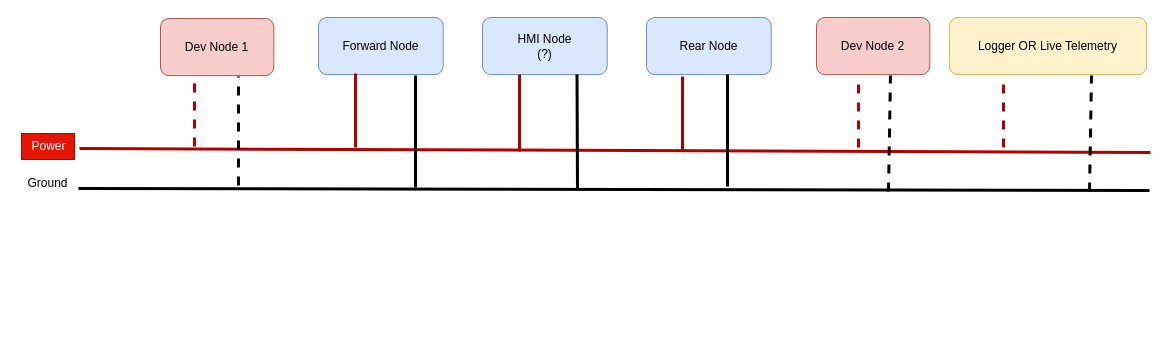
Before: network_diagram.drawio in faultfactory/diagram_storage, a draw.io diagram. Source tidied: cells renumbered, new cells numbered last; positions are measured from the earlier drawing's top-left corner, leaving out a move shared by most shapes. Both pictures are drawn from the tidied source at 100%, with x=0, y=0 at pixel (17, 17).
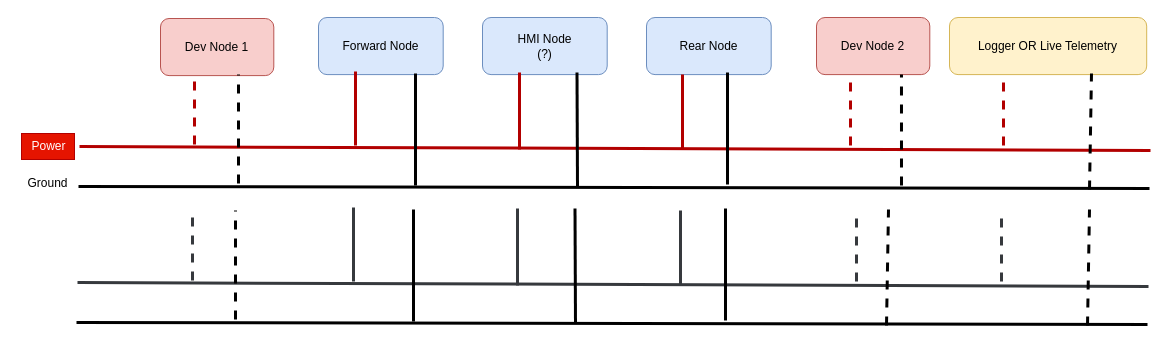
The same diagram, later.

The change refers to these unchanged cells:
```xml
<mxCell id="7" value="Dev Node 2" style="rounded=1;whiteSpace=wrap;html=1;fillColor=#f8cecc;strokeColor=#b85450;" parent="1" vertex="1">
  <mxGeometry x="799" width="113.3" height="57.1" as="geometry" />
</mxCell>
```

What changed in the source:
```diff
@@
     <mxCell id="8" style="endArrow=none;html=1;rounded=0;strokeWidth=3;endSize=7;fillColor=#e51400;strokeColor=#B20000;" parent="1" edge="1">
       <mxGeometry relative="1" as="geometry">
-        <mxPoint x="62" y="131" as="sourcePoint" />
-        <mxPoint x="1133" y="135" as="targetPoint" />
+        <mxPoint x="62" y="129" as="sourcePoint" />
+        <mxPoint x="1133" y="133" as="targetPoint" />
       </mxGeometry>
     </mxCell>
     <mxCell id="9" style="endArrow=none;html=1;rounded=0;strokeWidth=3;endSize=7;" parent="1" edge="1">
       <mxGeometry relative="1" as="geometry">
-        <mxPoint x="61" y="171" as="sourcePoint" />
-        <mxPoint x="1132" y="173" as="targetPoint" />
+        <mxPoint x="61" y="169" as="sourcePoint" />
+        <mxPoint x="1132" y="171" as="targetPoint" />
       </mxGeometry>
     </mxCell>
@@
-    <mxCell id="11" value="Ground" style="text;html=1;align=center;verticalAlign=middle;strokeColor=none;fillColor=none;" parent="1" vertex="1">
+    <mxCell id="11" value="Ground" style="text;html=1;align=center;verticalAlign=middle;" parent="1" vertex="1">
       <mxGeometry y="153" width="59" height="26" as="geometry" />
     </mxCell>
     <mxCell id="12" style="endArrow=none;html=1;rounded=0;strokeWidth=3;endSize=7;exitX=0.75;exitY=1;exitDx=0;exitDy=0;" parent="1" edge="1">
       <mxGeometry relative="1" as="geometry">
-        <mxPoint x="559.5" y="57.1" as="sourcePoint" />
-        <mxPoint x="560" y="172" as="targetPoint" />
+        <mxPoint x="559.5" y="55.1" as="sourcePoint" />
+        <mxPoint x="560" y="170" as="targetPoint" />
       </mxGeometry>
     </mxCell>
     <mxCell id="13" style="endArrow=none;html=1;rounded=0;strokeWidth=3;endSize=7;exitX=0.75;exitY=1;exitDx=0;exitDy=0;" parent="1" edge="1">
       <mxGeometry relative="1" as="geometry">
-        <mxPoint x="710" y="57" as="sourcePoint" />
-        <mxPoint x="710" y="169" as="targetPoint" />
+        <mxPoint x="710" y="55" as="sourcePoint" />
+        <mxPoint x="710" y="167" as="targetPoint" />
       </mxGeometry>
     </mxCell>
     <mxCell id="14" style="endArrow=none;html=1;rounded=0;strokeWidth=3;endSize=7;exitX=0.75;exitY=1;exitDx=0;exitDy=0;" parent="1" edge="1">
       <mxGeometry relative="1" as="geometry">
-        <mxPoint x="398" y="58" as="sourcePoint" />
-        <mxPoint x="398" y="170" as="targetPoint" />
+        <mxPoint x="398" y="56" as="sourcePoint" />
+        <mxPoint x="398" y="168" as="targetPoint" />
       </mxGeometry>
     </mxCell>
     <mxCell id="15" style="endArrow=none;dashed=1;html=1;rounded=0;strokeWidth=3;endSize=7;" parent="1" edge="1">
       <mxGeometry relative="1" as="geometry">
-        <mxPoint x="221" y="168" as="sourcePoint" />
-        <mxPoint x="221" y="59" as="targetPoint" />
+        <mxPoint x="221" y="166" as="sourcePoint" />
+        <mxPoint x="221" y="57" as="targetPoint" />
       </mxGeometry>
     </mxCell>
-    <mxCell id="16" style="endArrow=none;dashed=1;html=1;rounded=0;strokeWidth=3;endSize=7;entryX=0.653;entryY=1.015;entryDx=0;entryDy=0;entryPerimeter=0;" parent="1" edge="1" target="7">
+    <mxCell id="16" style="endArrow=none;dashed=1;html=1;rounded=0;strokeWidth=3;endSize=7;entryX=0.75;entryY=1;entryDx=0;entryDy=0;" parent="1" edge="1" target="7">
       <mxGeometry relative="1" as="geometry">
-        <mxPoint x="871" y="174" as="sourcePoint" />
+        <mxPoint x="884" y="168" as="sourcePoint" />
       </mxGeometry>
     </mxCell>
     <mxCell id="17" style="endArrow=none;dashed=1;html=1;rounded=0;strokeWidth=3;endSize=7;entryX=0.653;entryY=1.015;entryDx=0;entryDy=0;entryPerimeter=0;" parent="1" edge="1">
       <mxGeometry relative="1" as="geometry">
-        <mxPoint x="1072" y="174" as="sourcePoint" />
-        <mxPoint x="1074" y="58" as="targetPoint" />
+        <mxPoint x="1072" y="172" as="sourcePoint" />
+        <mxPoint x="1074" y="56" as="targetPoint" />
       </mxGeometry>
     </mxCell>
     <mxCell id="18" style="endArrow=none;dashed=1;html=1;rounded=0;strokeWidth=3;endSize=7;fillColor=#e51400;strokeColor=#B20000;" parent="1" edge="1">
       <mxGeometry relative="1" as="geometry">
-        <mxPoint x="177" y="129" as="sourcePoint" />
-        <mxPoint x="177" y="61" as="targetPoint" />
+        <mxPoint x="177" y="127" as="sourcePoint" />
+        <mxPoint x="177" y="59" as="targetPoint" />
       </mxGeometry>
     </mxCell>
     <mxCell id="19" style="endArrow=none;dashed=1;html=1;rounded=0;strokeWidth=3;endSize=7;fillColor=#e51400;strokeColor=#B20000;" parent="1" edge="1">
       <mxGeometry relative="1" as="geometry">
-        <mxPoint x="841" y="130" as="sourcePoint" />
-        <mxPoint x="841" y="62" as="targetPoint" />
+        <mxPoint x="833" y="128" as="sourcePoint" />
+        <mxPoint x="833" y="60" as="targetPoint" />
       </mxGeometry>
     </mxCell>
     <mxCell id="20" style="endArrow=none;dashed=1;html=1;rounded=0;strokeWidth=3;endSize=7;fillColor=#e51400;strokeColor=#B20000;" parent="1" edge="1">
       <mxGeometry relative="1" as="geometry">
-        <mxPoint x="986" y="130" as="sourcePoint" />
-        <mxPoint x="986" y="62" as="targetPoint" />
+        <mxPoint x="986" y="128" as="sourcePoint" />
+        <mxPoint x="986" y="60" as="targetPoint" />
       </mxGeometry>
     </mxCell>
     <mxCell id="21" style="endArrow=none;html=1;rounded=0;strokeWidth=3;endSize=7;fillColor=#e51400;strokeColor=#B20000;" parent="1" edge="1">
       <mxGeometry relative="1" as="geometry">
-        <mxPoint x="338" y="130" as="sourcePoint" />
-        <mxPoint x="338" y="56" as="targetPoint" />
+        <mxPoint x="338" y="128" as="sourcePoint" />
+        <mxPoint x="338" y="54" as="targetPoint" />
       </mxGeometry>
     </mxCell>
     <mxCell id="22" style="endArrow=none;html=1;rounded=0;strokeWidth=3;endSize=7;fillColor=#e51400;strokeColor=#B20000;" parent="1" edge="1">
       <mxGeometry relative="1" as="geometry">
-        <mxPoint x="502" y="134" as="sourcePoint" />
-        <mxPoint x="502" y="57" as="targetPoint" />
+        <mxPoint x="502" y="132" as="sourcePoint" />
+        <mxPoint x="502" y="55" as="targetPoint" />
       </mxGeometry>
     </mxCell>
     <mxCell id="23" style="endArrow=none;html=1;rounded=0;strokeWidth=3;endSize=7;fillColor=#e51400;strokeColor=#B20000;" parent="1" edge="1">
       <mxGeometry relative="1" as="geometry">
-        <mxPoint x="665" y="133" as="sourcePoint" />
-        <mxPoint x="665" y="59" as="targetPoint" />
+        <mxPoint x="665" y="131" as="sourcePoint" />
+        <mxPoint x="665" y="57" as="targetPoint" />
       </mxGeometry>
     </mxCell>
+    <mxCell id="24" style="endArrow=none;html=1;rounded=0;strokeWidth=3;endSize=7;fillColor=#ffff88;strokeColor=#36393d;" parent="1" edge="1">
+      <mxGeometry relative="1" as="geometry">
+        <mxPoint x="60" y="265" as="sourcePoint" />
+        <mxPoint x="1131" y="269" as="targetPoint" />
+      </mxGeometry>
+    </mxCell>
+    <mxCell id="25" style="endArrow=none;html=1;rounded=0;strokeWidth=3;endSize=7;" parent="1" edge="1">
+      <mxGeometry relative="1" as="geometry">
+        <mxPoint x="59" y="305" as="sourcePoint" />
+        <mxPoint x="1130" y="307" as="targetPoint" />
+      </mxGeometry>
+    </mxCell>
+    <mxCell id="26" style="endArrow=none;html=1;rounded=0;strokeWidth=3;endSize=7;exitX=0.75;exitY=1;exitDx=0;exitDy=0;" parent="1" edge="1">
+      <mxGeometry relative="1" as="geometry">
+        <mxPoint x="557.5" y="191.1" as="sourcePoint" />
+        <mxPoint x="558" y="306" as="targetPoint" />
+      </mxGeometry>
+    </mxCell>
+    <mxCell id="27" style="endArrow=none;html=1;rounded=0;strokeWidth=3;endSize=7;exitX=0.75;exitY=1;exitDx=0;exitDy=0;" parent="1" edge="1">
+      <mxGeometry relative="1" as="geometry">
+        <mxPoint x="708" y="191" as="sourcePoint" />
+        <mxPoint x="708" y="303" as="targetPoint" />
+      </mxGeometry>
+    </mxCell>
+    <mxCell id="28" style="endArrow=none;html=1;rounded=0;strokeWidth=3;endSize=7;exitX=0.75;exitY=1;exitDx=0;exitDy=0;" parent="1" edge="1">
+      <mxGeometry relative="1" as="geometry">
+        <mxPoint x="396" y="192" as="sourcePoint" />
+        <mxPoint x="396" y="304" as="targetPoint" />
+      </mxGeometry>
+    </mxCell>
+    <mxCell id="29" style="endArrow=none;dashed=1;html=1;rounded=0;strokeWidth=3;endSize=7;" parent="1" edge="1">
+      <mxGeometry relative="1" as="geometry">
+        <mxPoint x="218" y="302" as="sourcePoint" />
+        <mxPoint x="218" y="193" as="targetPoint" />
+      </mxGeometry>
+    </mxCell>
+    <mxCell id="30" style="endArrow=none;dashed=1;html=1;rounded=0;strokeWidth=3;endSize=7;entryX=0.653;entryY=1.015;entryDx=0;entryDy=0;entryPerimeter=0;" parent="1" edge="1">
+      <mxGeometry relative="1" as="geometry">
+        <mxPoint x="869" y="308" as="sourcePoint" />
+        <mxPoint x="871" y="192" as="targetPoint" />
+      </mxGeometry>
+    </mxCell>
+    <mxCell id="31" style="endArrow=none;dashed=1;html=1;rounded=0;strokeWidth=3;endSize=7;entryX=0.653;entryY=1.015;entryDx=0;entryDy=0;entryPerimeter=0;" parent="1" edge="1">
+      <mxGeometry relative="1" as="geometry">
+        <mxPoint x="1070" y="308" as="sourcePoint" />
+        <mxPoint x="1072" y="192" as="targetPoint" />
+      </mxGeometry>
+    </mxCell>
+    <mxCell id="32" style="endArrow=none;dashed=1;html=1;rounded=0;strokeWidth=3;endSize=7;fillColor=#ffff88;strokeColor=#36393d;" parent="1" edge="1">
+      <mxGeometry relative="1" as="geometry">
+        <mxPoint x="175" y="263" as="sourcePoint" />
+        <mxPoint x="175" y="195" as="targetPoint" />
+      </mxGeometry>
+    </mxCell>
+    <mxCell id="33" style="endArrow=none;dashed=1;html=1;rounded=0;strokeWidth=3;endSize=7;fillColor=#ffff88;strokeColor=#36393d;" parent="1" edge="1">
+      <mxGeometry relative="1" as="geometry">
+        <mxPoint x="839" y="264" as="sourcePoint" />
+        <mxPoint x="839" y="196" as="targetPoint" />
+      </mxGeometry>
+    </mxCell>
+    <mxCell id="34" style="endArrow=none;dashed=1;html=1;rounded=0;strokeWidth=3;endSize=7;fillColor=#ffff88;strokeColor=#36393d;" parent="1" edge="1">
+      <mxGeometry relative="1" as="geometry">
+        <mxPoint x="984" y="264" as="sourcePoint" />
+        <mxPoint x="984" y="196" as="targetPoint" />
+      </mxGeometry>
+    </mxCell>
+    <mxCell id="35" style="endArrow=none;html=1;rounded=0;strokeWidth=3;endSize=7;fillColor=#ffff88;strokeColor=#36393d;" parent="1" edge="1">
+      <mxGeometry relative="1" as="geometry">
+        <mxPoint x="336" y="264" as="sourcePoint" />
+        <mxPoint x="336" y="190" as="targetPoint" />
+      </mxGeometry>
+    </mxCell>
+    <mxCell id="36" style="endArrow=none;html=1;rounded=0;strokeWidth=3;endSize=7;fillColor=#ffff88;strokeColor=#36393d;" parent="1" edge="1">
+      <mxGeometry relative="1" as="geometry">
+        <mxPoint x="500" y="268" as="sourcePoint" />
+        <mxPoint x="500" y="191" as="targetPoint" />
+      </mxGeometry>
+    </mxCell>
+    <mxCell id="37" style="endArrow=none;html=1;rounded=0;strokeWidth=3;endSize=7;fillColor=#ffff88;strokeColor=#36393d;" parent="1" edge="1">
+      <mxGeometry relative="1" as="geometry">
+        <mxPoint x="663" y="267" as="sourcePoint" />
+        <mxPoint x="663" y="193" as="targetPoint" />
+      </mxGeometry>
+    </mxCell>
```
